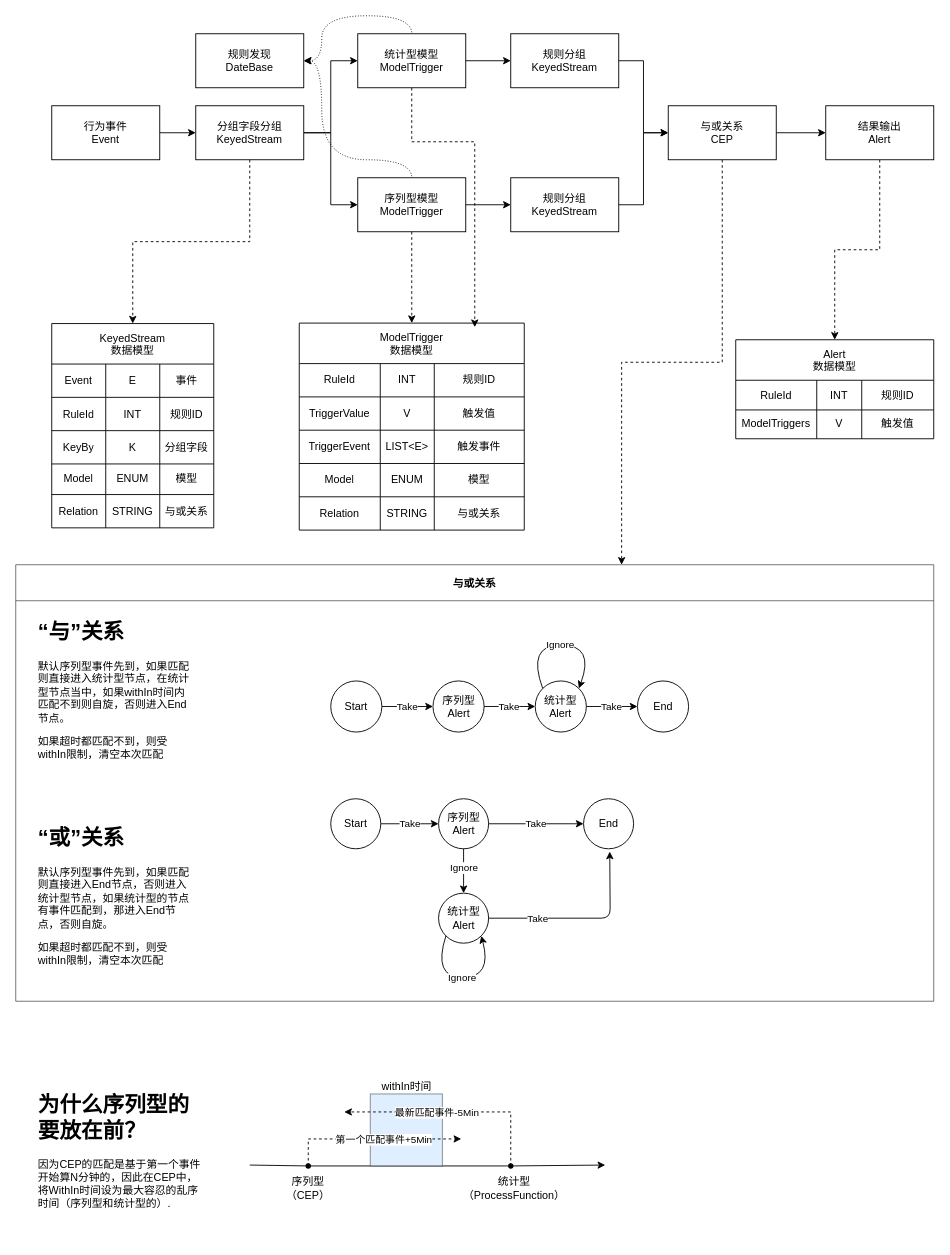
This is cep.drawio from pengmide/draw, a draw.io file, before an edit. Source tidied: cells renumbered, new cells numbered last; positions are measured from the earlier drawing's top-left corner, leaving out a move shared by most shapes. Both pictures are drawn from the tidied source at 90%, with x=0, y=0 at pixel (15, 15).
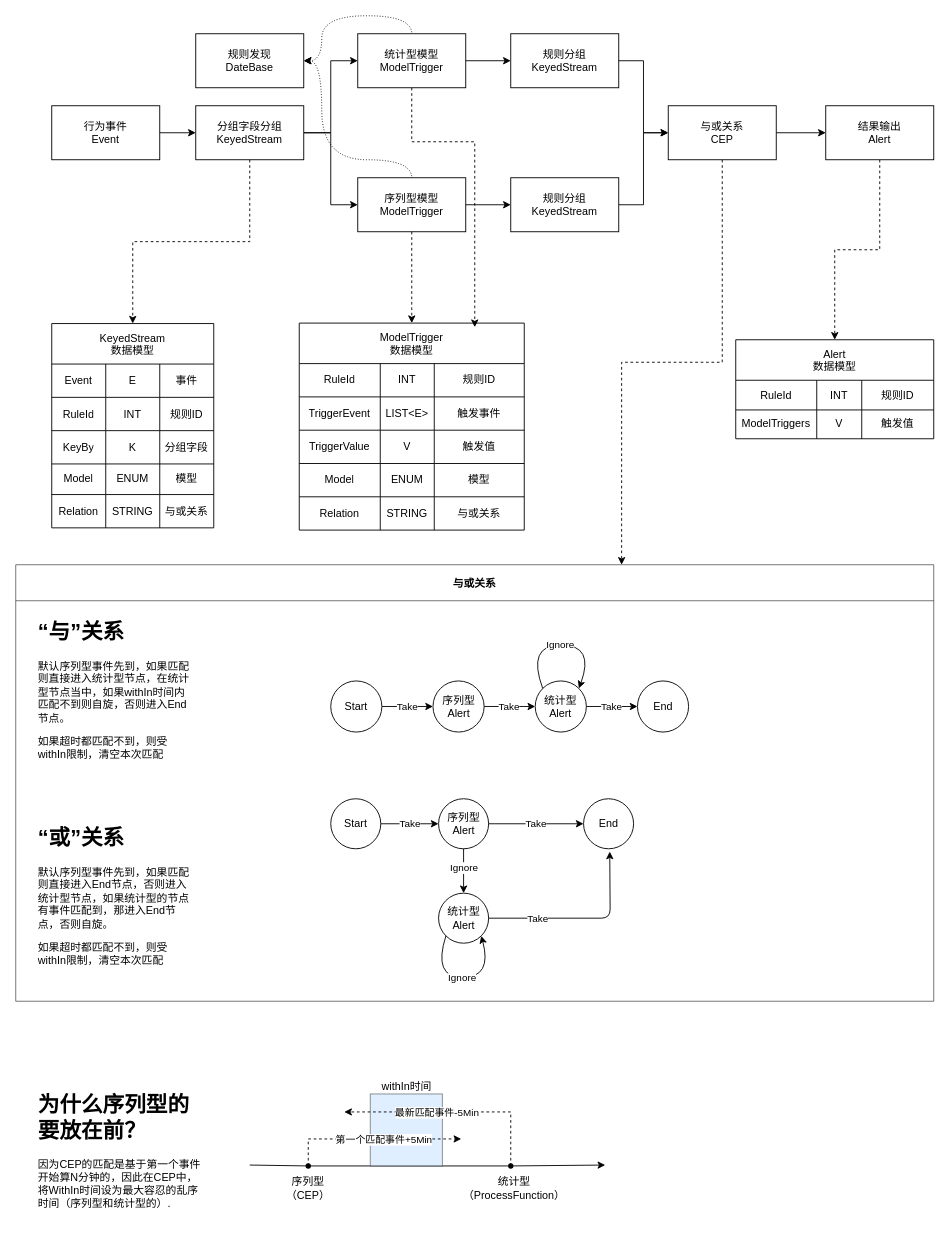
After the change.

Commit message:
触发值和触发事件位置互换

The change refers to these unchanged cells:
```xml
<mxCell id="28" style="shape=tableRow;horizontal=0;startSize=0;swimlaneHead=0;swimlaneBody=0;top=0;left=0;bottom=0;right=0;fillColor=none;rounded=0;shadow=0;comic=0;sketch=0;" parent="23" vertex="1">
  <mxGeometry y="82" width="250" height="37" as="geometry" />
</mxCell>
<mxCell id="32" style="shape=tableRow;horizontal=0;startSize=0;swimlaneHead=0;swimlaneBody=0;top=0;left=0;bottom=0;right=0;fillColor=none;rounded=0;shadow=0;comic=0;sketch=0;" parent="23" vertex="1">
  <mxGeometry y="119" width="250" height="37" as="geometry" />
</mxCell>
```

Change to the diagram source:
```diff
@@
-    <mxCell id="29" value="TriggerValue" style="shape=partialRectangle;html=1;whiteSpace=wrap;overflow=hidden;fillColor=none;top=0;left=0;bottom=0;right=0;rounded=0;shadow=0;comic=0;sketch=0;startSize=0;" parent="28" vertex="1">
+    <mxCell id="29" value="TriggerEvent" style="shape=partialRectangle;html=1;whiteSpace=wrap;overflow=hidden;fillColor=none;top=0;left=0;bottom=0;right=0;rounded=0;shadow=0;comic=0;sketch=0;startSize=0;" parent="28" vertex="1">
       <mxGeometry width="90" height="37" as="geometry" />
     </mxCell>
-    <mxCell id="30" value="V" style="shape=partialRectangle;html=1;whiteSpace=wrap;overflow=hidden;fillColor=none;top=0;left=0;bottom=0;right=0;rounded=0;shadow=0;comic=0;sketch=0;startSize=0;" parent="28" vertex="1">
+    <mxCell id="30" value="LIST&amp;lt;E&amp;gt;" style="shape=partialRectangle;html=1;whiteSpace=wrap;overflow=hidden;fillColor=none;top=0;left=0;bottom=0;right=0;rounded=0;shadow=0;comic=0;sketch=0;startSize=0;" parent="28" vertex="1">
       <mxGeometry x="90" width="60" height="37" as="geometry" />
     </mxCell>
-    <mxCell id="31" value="触发值" style="shape=partialRectangle;html=1;whiteSpace=wrap;overflow=hidden;fillColor=none;top=0;left=0;bottom=0;right=0;rounded=0;shadow=0;comic=0;sketch=0;startSize=0;" parent="28" vertex="1">
+    <mxCell id="31" value="触发事件" style="shape=partialRectangle;html=1;whiteSpace=wrap;overflow=hidden;fillColor=none;top=0;left=0;bottom=0;right=0;rounded=0;shadow=0;comic=0;sketch=0;startSize=0;" parent="28" vertex="1">
       <mxGeometry x="150" width="100" height="37" as="geometry" />
     </mxCell>
@@
-    <mxCell id="33" value="TriggerEvent" style="shape=partialRectangle;html=1;whiteSpace=wrap;overflow=hidden;fillColor=none;top=0;left=0;bottom=0;right=0;rounded=0;shadow=0;comic=0;sketch=0;startSize=0;" parent="32" vertex="1">
+    <mxCell id="33" value="TriggerValue" style="shape=partialRectangle;html=1;whiteSpace=wrap;overflow=hidden;fillColor=none;top=0;left=0;bottom=0;right=0;rounded=0;shadow=0;comic=0;sketch=0;startSize=0;" parent="32" vertex="1">
       <mxGeometry width="90" height="37" as="geometry" />
     </mxCell>
-    <mxCell id="34" value="LIST&amp;lt;E&amp;gt;" style="shape=partialRectangle;html=1;whiteSpace=wrap;overflow=hidden;fillColor=none;top=0;left=0;bottom=0;right=0;rounded=0;shadow=0;comic=0;sketch=0;startSize=0;" parent="32" vertex="1">
+    <mxCell id="34" value="V" style="shape=partialRectangle;html=1;whiteSpace=wrap;overflow=hidden;fillColor=none;top=0;left=0;bottom=0;right=0;rounded=0;shadow=0;comic=0;sketch=0;startSize=0;" parent="32" vertex="1">
       <mxGeometry x="90" width="60" height="37" as="geometry" />
     </mxCell>
-    <mxCell id="35" value="触发事件" style="shape=partialRectangle;html=1;whiteSpace=wrap;overflow=hidden;fillColor=none;top=0;left=0;bottom=0;right=0;rounded=0;shadow=0;comic=0;sketch=0;startSize=0;" parent="32" vertex="1">
+    <mxCell id="35" value="触发值" style="shape=partialRectangle;html=1;whiteSpace=wrap;overflow=hidden;fillColor=none;top=0;left=0;bottom=0;right=0;rounded=0;shadow=0;comic=0;sketch=0;startSize=0;" parent="32" vertex="1">
       <mxGeometry x="150" width="100" height="37" as="geometry" />
     </mxCell>
```
